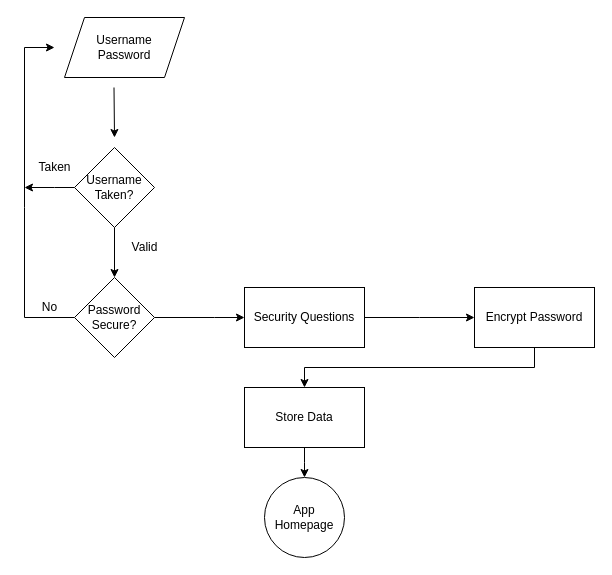
Above: page "Create User" (2 of 3) of Documentation/Password Flow.drawio in didikid3/PasswordApplication_Python (draw.io), before the change. Source tidied: cells renumbered, new cells numbered last; positions are measured from the earlier drawing's top-left corner, leaving out a move shared by most shapes. Both pictures are drawn from the tidied source at 100%, with x=0, y=0 at pixel (24, 17).
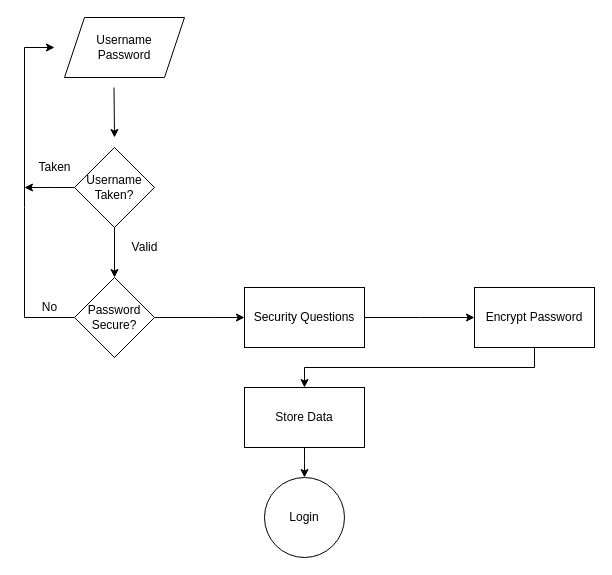
The same diagram, later.

What changed in the source:
```diff
@@
-    <mxCell id="19" value="App&lt;br&gt;Homepage" style="ellipse;whiteSpace=wrap;html=1;" parent="1" vertex="1">
+    <mxCell id="19" value="Login" style="ellipse;whiteSpace=wrap;html=1;" parent="1" vertex="1">
       <mxGeometry x="240" y="460" width="80" height="80" as="geometry" />
     </mxCell>
```
